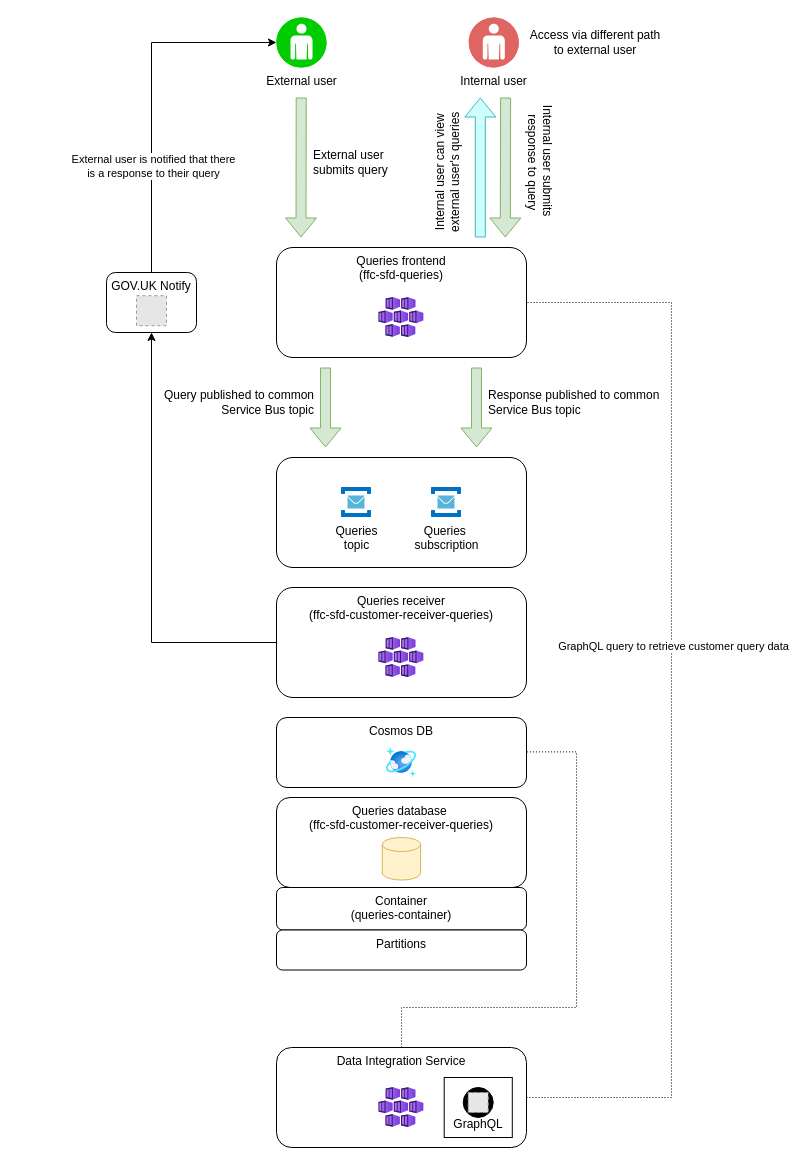
Earlier version of the draw.io diagram FFD/customer-queries-spike.drawio (DEFRA/ffc-diagrams). Source tidied: cells renumbered, new cells numbered last; positions are measured from the earlier drawing's top-left corner, leaving out a move shared by most shapes. Both pictures are drawn from the tidied source at 100%, with x=0, y=0 at pixel (106, 17). Pictures stored in the file or linked from it are replaced by grey dashed boxes.
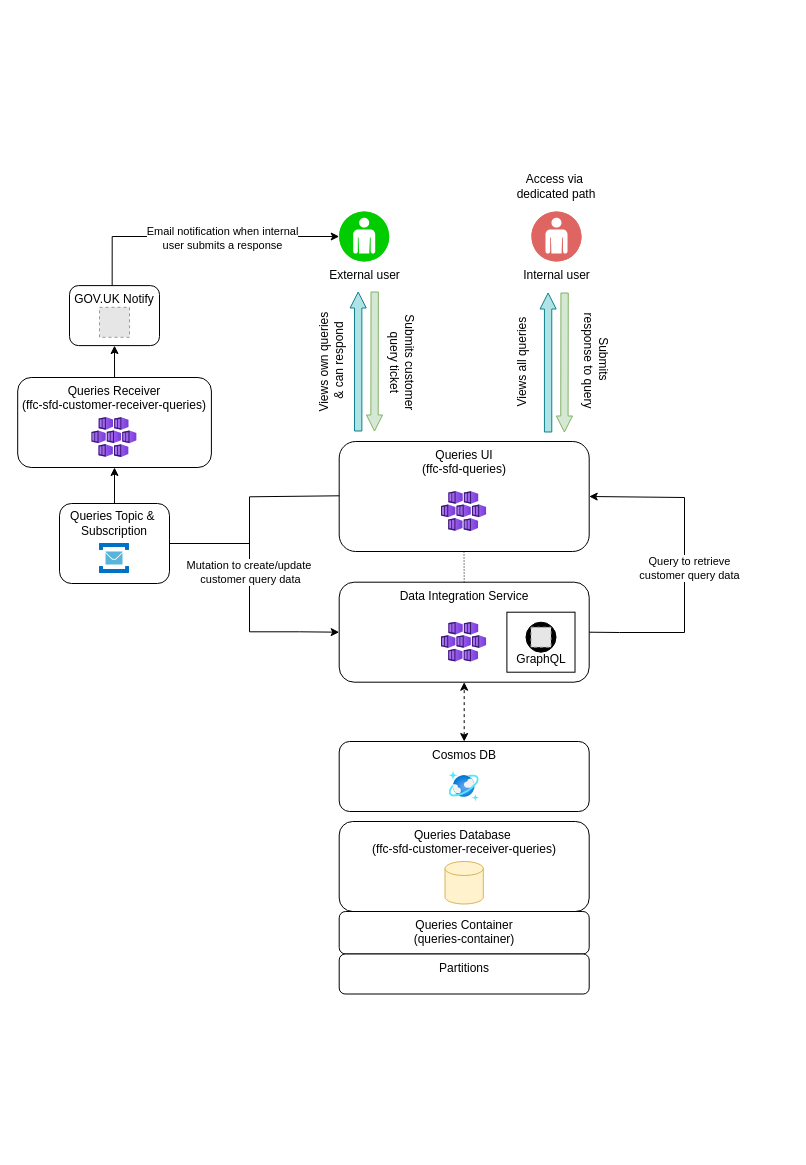
After the change.

Commit message:
update customer queries spike diagram

The edit, as a diff of the source:
```diff
@@
-    <mxCell id="2" style="group;" parent="1" vertex="1">
-      <mxGeometry width="565" height="1130" as="geometry" />
-    </mxCell>
+    <mxCell id="44" style="group;" parent="1" vertex="1">
+      <mxGeometry x="-37" y="154" width="638.7" height="822.5" as="geometry" />
+    </mxCell>
+    <mxCell id="45" style="endArrow=none;html=1;rounded=0;entryX=1;entryY=0.5;entryDx=0;entryDy=0;" parent="44" edge="1" target="50">
+      <mxGeometry relative="1" as="geometry">
+        <mxPoint x="180" y="372" as="sourcePoint" />
+      </mxGeometry>
+    </mxCell>
-    <mxCell id="3" value="Data Integration Service" style="rounded=1;whiteSpace=wrap;html=1;verticalAlign=top;" parent="2" vertex="1">
-      <mxGeometry x="170" y="1030" width="250" height="100" as="geometry" />
+    <mxCell id="3" value="Data Integration Service" style="rounded=1;whiteSpace=wrap;html=1;verticalAlign=top;" parent="44" vertex="1">
+      <mxGeometry x="269.7" y="410.7" width="250" height="100" as="geometry" />
     </mxCell>
-    <mxCell id="4" style="rounded=1;whiteSpace=wrap;html=1;" parent="2" vertex="1">
-      <mxGeometry x="170" y="440" width="250" height="110" as="geometry" />
-    </mxCell>
-    <mxCell id="5" value="Queries frontend&lt;div&gt;(ffc-sfd-queries)&lt;/div&gt;" style="rounded=1;whiteSpace=wrap;html=1;verticalAlign=top;" parent="2" vertex="1">
-      <mxGeometry x="170" y="230" width="250" height="110" as="geometry" />
+    <mxCell id="5" value="Queries UI&lt;div&gt;(ffc-sfd-queries)&lt;/div&gt;" style="rounded=1;whiteSpace=wrap;html=1;verticalAlign=top;" parent="44" vertex="1">
+      <mxGeometry x="269.7" y="270" width="250" height="110" as="geometry" />
     </mxCell>
-    <mxCell id="6" style="image;html=1;align=center;fontSize=12;image=img/lib/azure2/compute/Kubernetes_Services.svg;" parent="2" vertex="1">
-      <mxGeometry x="272.3" y="280" width="45.3" height="40" as="geometry" />
+    <mxCell id="6" style="image;html=1;align=center;fontSize=12;image=img/lib/azure2/compute/Kubernetes_Services.svg;" parent="44" vertex="1">
+      <mxGeometry x="372" y="320" width="45.3" height="40" as="geometry" />
     </mxCell>
-    <mxCell id="7" value="Internal user" style="fillColor=#DE6561;verticalLabelPosition=bottom;sketch=0;html=1;strokeColor=#ffffff;verticalAlign=top;align=center;shape=mxgraph.cisco_safe.compositeIcon;bgIcon=ellipse;resIcon=mxgraph.cisco_safe.capability.user;" parent="2" vertex="1">
-      <mxGeometry x="362.3" width="50" height="50" as="geometry" />
+    <mxCell id="7" value="Internal user" style="fillColor=#DE6561;verticalLabelPosition=bottom;sketch=0;html=1;strokeColor=#ffffff;verticalAlign=top;align=center;shape=mxgraph.cisco_safe.compositeIcon;bgIcon=ellipse;resIcon=mxgraph.cisco_safe.capability.user;" parent="44" vertex="1">
+      <mxGeometry x="462" y="40" width="50" height="50" as="geometry" />
     </mxCell>
-    <mxCell id="8" value="External user" style="fillColor=#00CC00;verticalLabelPosition=bottom;sketch=0;html=1;strokeColor=#ffffff;verticalAlign=top;align=center;points=[[0.145,0.145,0],[0.5,0,0],[0.855,0.145,0],[1,0.5,0],[0.855,0.855,0],[0.5,1,0],[0.145,0.855,0],[0,0.5,0]];shape=mxgraph.cisco_safe.compositeIcon;bgIcon=ellipse;resIcon=mxgraph.cisco_safe.capability.user;" parent="2" vertex="1">
-      <mxGeometry x="170" width="50" height="50" as="geometry" />
+    <mxCell id="8" value="External user" style="fillColor=#00CC00;verticalLabelPosition=bottom;sketch=0;html=1;strokeColor=#ffffff;verticalAlign=top;align=center;points=[[0.145,0.145,0],[0.5,0,0],[0.855,0.145,0],[1,0.5,0],[0.855,0.855,0],[0.5,1,0],[0.145,0.855,0],[0,0.5,0]];shape=mxgraph.cisco_safe.compositeIcon;bgIcon=ellipse;resIcon=mxgraph.cisco_safe.capability.user;" parent="44" vertex="1">
+      <mxGeometry x="269.7" y="40" width="50" height="50" as="geometry" />
     </mxCell>
-    <mxCell id="9" style="shape=flexArrow;endArrow=classic;html=1;rounded=0;fillColor=#d5e8d4;strokeColor=#82b366;" parent="2" edge="1">
-      <mxGeometry relative="1" as="geometry">
-        <mxPoint x="399.1" y="80" as="sourcePoint" />
-        <mxPoint x="398.8" y="220" as="targetPoint" />
-      </mxGeometry>
-    </mxCell>
-    <mxCell id="10" value="External user&amp;nbsp;&lt;div&gt;submits query&lt;/div&gt;" style="text;html=1;align=left;verticalAlign=middle;whiteSpace=wrap;rounded=0;rotation=0;" parent="2" vertex="1">
-      <mxGeometry x="205" y="130" width="80" height="30" as="geometry" />
+    <mxCell id="10" value="&amp;nbsp;S&lt;span style=&quot;background-color: initial;&quot;&gt;ubmits&amp;nbsp;&lt;/span&gt;&lt;span style=&quot;background-color: initial;&quot;&gt;customer&amp;nbsp;&lt;/span&gt;&lt;div&gt;&lt;span style=&quot;background-color: initial;&quot;&gt;query ticket&lt;/span&gt;&lt;/div&gt;" style="text;html=1;align=center;verticalAlign=middle;whiteSpace=wrap;rounded=0;rotation=90;" parent="44" vertex="1">
+      <mxGeometry x="263.7" y="176" width="139" height="30" as="geometry" />
     </mxCell>
-    <mxCell id="11" style="shape=flexArrow;endArrow=classic;html=1;rounded=0;fillColor=#d5e8d4;strokeColor=#82b366;" parent="2" edge="1">
-      <mxGeometry relative="1" as="geometry">
-        <mxPoint x="219" y="350" as="sourcePoint" />
-        <mxPoint x="219" y="430" as="targetPoint" />
-      </mxGeometry>
-    </mxCell>
-    <mxCell id="12" style="shape=flexArrow;endArrow=classic;html=1;rounded=0;fillColor=#d5e8d4;strokeColor=#82b366;" parent="2" edge="1">
-      <mxGeometry relative="1" as="geometry">
-        <mxPoint x="370" y="350" as="sourcePoint" />
-        <mxPoint x="370" y="430" as="targetPoint" />
-      </mxGeometry>
-    </mxCell>
-    <mxCell id="13" value="Internal user submits&amp;nbsp;&lt;div&gt;response to query&lt;/div&gt;" style="text;html=1;align=center;verticalAlign=middle;whiteSpace=wrap;rounded=0;rotation=90;" parent="2" vertex="1">
-      <mxGeometry x="368.8" y="130" width="130" height="30" as="geometry" />
+    <mxCell id="13" value="Submits&amp;nbsp;&lt;div&gt;response to query&lt;/div&gt;" style="text;html=1;align=center;verticalAlign=middle;whiteSpace=wrap;rounded=0;rotation=90;" parent="44" vertex="1">
+      <mxGeometry x="456.5" y="174.1" width="140.2" height="30" as="geometry" />
     </mxCell>
-    <mxCell id="14" value="Queries&amp;nbsp;&lt;div&gt;subscription&lt;/div&gt;" style="image;sketch=0;html=1;align=center;fontSize=12;image=img/lib/mscae/Service_Bus.svg;" parent="2" vertex="1">
-      <mxGeometry x="325" y="470" width="30" height="30" as="geometry" />
-    </mxCell>
-    <mxCell id="15" value="Queries&lt;div&gt;topic&lt;/div&gt;" style="image;sketch=0;html=1;align=center;fontSize=12;image=img/lib/mscae/Service_Bus.svg;" parent="2" vertex="1">
-      <mxGeometry x="235" y="470" width="30" height="30" as="geometry" />
-    </mxCell>
-    <mxCell id="16" value="Query published to common Service Bus topic" style="text;html=1;align=right;verticalAlign=middle;whiteSpace=wrap;rounded=0;" parent="2" vertex="1">
-      <mxGeometry x="40" y="370" width="170" height="30" as="geometry" />
-    </mxCell>
-    <mxCell id="17" value="Response published to common Service Bus topic" style="text;html=1;align=left;verticalAlign=middle;whiteSpace=wrap;rounded=0;" parent="2" vertex="1">
-      <mxGeometry x="380" y="370" width="180" height="30" as="geometry" />
-    </mxCell>
-    <mxCell id="18" style="edgeStyle=orthogonalEdgeStyle;rounded=0;jettySize=auto;html=1;entryX=0.5;entryY=1;entryDx=0;entryDy=0;" parent="2" edge="1" source="19" target="34">
-      <mxGeometry relative="1" as="geometry" />
-    </mxCell>
-    <mxCell id="19" value="Queries receiver&lt;br&gt;(ffc-sfd-customer-receiver-queries)" style="rounded=1;whiteSpace=wrap;html=1;verticalAlign=top;" parent="2" vertex="1">
-      <mxGeometry x="170" y="570" width="250" height="110" as="geometry" />
-    </mxCell>
-    <mxCell id="20" style="image;html=1;align=center;fontSize=12;image=img/lib/azure2/compute/Kubernetes_Services.svg;" parent="2" vertex="1">
-      <mxGeometry x="272.3" y="620" width="45.3" height="40" as="geometry" />
-    </mxCell>
-    <mxCell id="21" value="Cosmos DB" style="rounded=1;whiteSpace=wrap;html=1;verticalAlign=top;" parent="2" vertex="1">
-      <mxGeometry x="170" y="700" width="250" height="70" as="geometry" />
+    <mxCell id="21" value="Cosmos DB" style="rounded=1;whiteSpace=wrap;html=1;verticalAlign=top;" parent="44" vertex="1">
+      <mxGeometry x="269.7" y="570" width="250" height="70" as="geometry" />
     </mxCell>
-    <mxCell id="22" style="image;html=1;align=center;fontSize=12;image=img/lib/azure2/databases/Azure_Cosmos_DB.svg;" parent="2" vertex="1">
-      <mxGeometry x="280" y="730" width="30" height="30" as="geometry" />
+    <mxCell id="22" style="image;html=1;align=center;fontSize=12;image=img/lib/azure2/databases/Azure_Cosmos_DB.svg;" parent="44" vertex="1">
+      <mxGeometry x="379.7" y="600" width="30" height="30" as="geometry" />
     </mxCell>
-    <mxCell id="23" value="Queries database&amp;nbsp;&lt;div&gt;(ffc-sfd-customer-receiver-queries)&lt;/div&gt;" style="rounded=1;whiteSpace=wrap;html=1;verticalAlign=top;" parent="2" vertex="1">
-      <mxGeometry x="170" y="780" width="250" height="90" as="geometry" />
+    <mxCell id="23" value="Queries Database&amp;nbsp;&lt;div&gt;(ffc-sfd-customer-receiver-queries)&lt;/div&gt;" style="rounded=1;whiteSpace=wrap;html=1;verticalAlign=top;" parent="44" vertex="1">
+      <mxGeometry x="269.7" y="650" width="250" height="90" as="geometry" />
     </mxCell>
-    <mxCell id="24" style="shape=cylinder3;whiteSpace=wrap;html=1;boundedLbl=1;backgroundOutline=1;size=7;fillColor=#fff2cc;strokeColor=#d6b656;" parent="2" vertex="1">
-      <mxGeometry x="275.8" y="820" width="38.3" height="42.5" as="geometry" />
+    <mxCell id="24" style="shape=cylinder3;whiteSpace=wrap;html=1;boundedLbl=1;backgroundOutline=1;size=7;fillColor=#fff2cc;strokeColor=#d6b656;" parent="44" vertex="1">
+      <mxGeometry x="375.5" y="690" width="38.3" height="42.5" as="geometry" />
     </mxCell>
-    <mxCell id="25" value="Container&lt;div&gt;(queries-container)&lt;/div&gt;" style="rounded=1;whiteSpace=wrap;html=1;verticalAlign=top;" parent="2" vertex="1">
-      <mxGeometry x="170" y="870" width="250" height="42.5" as="geometry" />
+    <mxCell id="25" value="Queries Container&lt;div&gt;(queries-container)&lt;/div&gt;" style="rounded=1;whiteSpace=wrap;html=1;verticalAlign=top;" parent="44" vertex="1">
+      <mxGeometry x="269.7" y="740" width="250" height="42.5" as="geometry" />
     </mxCell>
-    <mxCell id="26" value="Partitions" style="rounded=1;whiteSpace=wrap;html=1;verticalAlign=top;" parent="2" vertex="1">
-      <mxGeometry x="170" y="912.5" width="250" height="40" as="geometry" />
+    <mxCell id="26" value="Partitions" style="rounded=1;whiteSpace=wrap;html=1;verticalAlign=top;" parent="44" vertex="1">
+      <mxGeometry x="269.7" y="782.5" width="250" height="40" as="geometry" />
     </mxCell>
-    <mxCell id="27" value="Access via&amp;nbsp;&lt;span style=&quot;background-color: initial;&quot;&gt;different path to external user&lt;/span&gt;" style="text;html=1;align=center;verticalAlign=middle;whiteSpace=wrap;rounded=0;" parent="2" vertex="1">
-      <mxGeometry x="422.3" y="10" width="133.5" height="30" as="geometry" />
+    <mxCell id="27" value="Access via&amp;nbsp;&lt;div&gt;&lt;span style=&quot;background-color: initial;&quot;&gt;dedicated path&lt;/span&gt;&lt;/div&gt;" style="text;html=1;align=center;verticalAlign=middle;whiteSpace=wrap;rounded=0;" parent="44" vertex="1">
+      <mxGeometry x="420.3" width="133.5" height="30" as="geometry" />
     </mxCell>
-    <mxCell id="28" style="edgeStyle=orthogonalEdgeStyle;rounded=0;orthogonalLoop=1;jettySize=auto;html=1;dashed=1;dashPattern=1 2;endArrow=none;endFill=0;" parent="2" edge="1">
-      <mxGeometry relative="1" as="geometry">
-        <mxPoint x="295" y="1030" as="sourcePoint" />
-        <mxPoint x="420" y="734.4" as="targetPoint" />
-        <Array as="points">
-          <mxPoint x="295" y="990" />
-          <mxPoint x="470" y="990" />
-          <mxPoint x="470" y="734" />
-        </Array>
-      </mxGeometry>
-    </mxCell>
-    <mxCell id="29" style="image;html=1;align=center;fontSize=12;image=img/lib/azure2/compute/Kubernetes_Services.svg;" parent="2" vertex="1">
-      <mxGeometry x="272.3" y="1070" width="45.3" height="40" as="geometry" />
+    <mxCell id="29" style="image;html=1;align=center;fontSize=12;image=img/lib/azure2/compute/Kubernetes_Services.svg;" parent="44" vertex="1">
+      <mxGeometry x="372" y="450.7" width="45.3" height="40" as="geometry" />
     </mxCell>
-    <mxCell id="30" style="shape=flexArrow;endArrow=classic;html=1;rounded=0;fillColor=#d5e8d4;strokeColor=#82b366;" parent="2" edge="1">
+    <mxCell id="30" style="shape=flexArrow;endArrow=classic;html=1;rounded=0;fillColor=#d5e8d4;strokeColor=#82b366;width=7.333333333333333;endSize=5.006666666666667;endWidth=7.777777777777779;" parent="44" edge="1">
       <mxGeometry relative="1" as="geometry">
-        <mxPoint x="194.7" y="80" as="sourcePoint" />
-        <mxPoint x="194.5" y="220" as="targetPoint" />
+        <mxPoint x="305.2" y="120" as="sourcePoint" />
+        <mxPoint x="305" y="260" as="targetPoint" />
       </mxGeometry>
     </mxCell>
+    <mxCell id="38" value="Views all&lt;span style=&quot;background-color: initial;&quot;&gt;&amp;nbsp;queries&lt;/span&gt;" style="text;html=1;align=center;verticalAlign=middle;whiteSpace=wrap;rounded=0;rotation=-90;" parent="44" vertex="1">
+      <mxGeometry x="384.7" y="178" width="135.9" height="26" as="geometry" />
+    </mxCell>
+    <mxCell id="46" value="Views own queries&amp;nbsp;&lt;div&gt;&amp;amp; can respond&lt;/div&gt;" style="text;html=1;align=center;verticalAlign=middle;whiteSpace=wrap;rounded=0;rotation=-90;" parent="44" vertex="1">
+      <mxGeometry x="192.8" y="174.1" width="138.2" height="30" as="geometry" />
+    </mxCell>
+    <mxCell id="40" style="rounded=0;whiteSpace=wrap;html=1;" parent="44" vertex="1">
+      <mxGeometry x="437.4" y="440.7" width="68.1" height="60" as="geometry" />
+    </mxCell>
+    <mxCell id="42" value="&lt;div&gt;&lt;br&gt;&lt;/div&gt;&lt;div&gt;&lt;br&gt;&lt;/div&gt;&lt;div&gt;&lt;br&gt;&lt;/div&gt;GraphQL" style="ellipse;whiteSpace=wrap;html=1;fillColor=#000000;" parent="44" vertex="1">
+      <mxGeometry x="456.5" y="450.7" width="30" height="30" as="geometry" />
+    </mxCell>
+    <mxCell id="43" style="fillColor=#E6E6E6;strokeColor=#999999;dashed=1;verticalLabelPosition=bottom;labelBackgroundColor=default;verticalAlign=top;" parent="44" vertex="1">
+      <mxGeometry x="461.5" y="455.7" width="20" height="20" as="geometry" />
+    </mxCell>
+    <mxCell id="47" style="shape=flexArrow;endArrow=classic;html=1;rounded=0;fillColor=#b0e3e6;strokeColor=#0e8088;width=7.333333333333333;endSize=5.006666666666667;endWidth=7.777777777777779;" parent="44" edge="1">
+      <mxGeometry relative="1" as="geometry">
+        <mxPoint x="288.7" y="260" as="sourcePoint" />
+        <mxPoint x="288.7" y="120" as="targetPoint" />
+      </mxGeometry>
+    </mxCell>
+    <mxCell id="48" style="shape=flexArrow;endArrow=classic;html=1;rounded=0;fillColor=#d5e8d4;strokeColor=#82b366;width=7.333333333333333;endSize=5.006666666666667;endWidth=7.777777777777779;" parent="44" edge="1">
+      <mxGeometry relative="1" as="geometry">
+        <mxPoint x="495.1" y="121" as="sourcePoint" />
+        <mxPoint x="494.9" y="261" as="targetPoint" />
+      </mxGeometry>
+    </mxCell>
+    <mxCell id="49" style="shape=flexArrow;endArrow=classic;html=1;rounded=0;fillColor=#b0e3e6;strokeColor=#0e8088;width=7.333333333333333;endSize=5.006666666666667;endWidth=7.777777777777779;" parent="44" edge="1">
+      <mxGeometry relative="1" as="geometry">
+        <mxPoint x="478.6" y="261" as="sourcePoint" />
+        <mxPoint x="478.6" y="121" as="targetPoint" />
+      </mxGeometry>
+    </mxCell>
+    <mxCell id="50" style="rounded=1;whiteSpace=wrap;html=1;" parent="44" vertex="1">
+      <mxGeometry x="-10" y="332" width="110" height="80" as="geometry" />
+    </mxCell>
+    <mxCell id="51" style="image;sketch=0;html=1;align=center;fontSize=12;image=img/lib/mscae/Service_Bus.svg;" parent="44" vertex="1">
+      <mxGeometry x="30" y="372" width="30" height="30" as="geometry" />
+    </mxCell>
+    <mxCell id="52" value="&lt;span style=&quot;background-color: initial;&quot;&gt;Queries Topic &amp;amp;&amp;nbsp;&lt;/span&gt;&lt;div&gt;&lt;span style=&quot;background-color: initial;&quot;&gt;Subscription&lt;/span&gt;&lt;/div&gt;" style="text;html=1;align=center;verticalAlign=middle;whiteSpace=wrap;rounded=0;" parent="44" vertex="1">
+      <mxGeometry y="339.5" width="90" height="25" as="geometry" />
+    </mxCell>
+    <mxCell id="53" style="endArrow=classic;html=1;rounded=0;exitX=0;exitY=0.5;exitDx=0;exitDy=0;entryX=0;entryY=0.5;entryDx=0;entryDy=0;" parent="44" edge="1" target="3">
+      <mxGeometry relative="1" as="geometry">
+        <mxPoint x="269.7" y="324.3" as="sourcePoint" />
+        <Array as="points">
+          <mxPoint x="180" y="325.3" />
+          <mxPoint x="180" y="460.3" />
+          <mxPoint x="230" y="460.3" />
+        </Array>
+      </mxGeometry>
+    </mxCell>
+    <mxCell id="54" value="Mutation to create/update&amp;nbsp;&lt;div&gt;customer query data&lt;/div&gt;" style="edgeLabel;html=1;align=center;verticalAlign=middle;" parent="53" vertex="1">
+      <mxGeometry x="-0.25" y="-1" relative="1" as="geometry">
+        <mxPoint x="1" y="47" as="offset" />
+      </mxGeometry>
+    </mxCell>
+    <mxCell id="55" style="edgeStyle=orthogonalEdgeStyle;rounded=0;jettySize=auto;html=1;dashed=1;dashPattern=1 2;endArrow=none;endFill=0;exitX=0.5;exitY=1;exitDx=0;exitDy=0;entryX=0.5;entryY=0;entryDx=0;entryDy=0;" parent="44" edge="1" target="3">
+      <mxGeometry relative="1" as="geometry">
+        <mxPoint x="394.5" y="380" as="sourcePoint" />
+      </mxGeometry>
+    </mxCell>
-    <mxCell id="31" style="edgeStyle=orthogonalEdgeStyle;rounded=0;jettySize=auto;html=1;dashed=1;dashPattern=1 2;endArrow=none;endFill=0;entryX=1;entryY=0.5;entryDx=0;entryDy=0;exitX=1;exitY=0.5;exitDx=0;exitDy=0;" parent="2" edge="1" source="3" target="5">
+    <mxCell id="31" style="endArrow=classic;html=1;rounded=0;entryX=1;entryY=0.5;entryDx=0;entryDy=0;exitX=1;exitY=0.5;exitDx=0;exitDy=0;" parent="44" edge="1" source="3" target="5">
       <mxGeometry relative="1" as="geometry">
         <Array as="points">
-          <mxPoint x="565" y="1080" />
-          <mxPoint x="565" y="285" />
+          <mxPoint x="550" y="461" />
+          <mxPoint x="615" y="461" />
+          <mxPoint x="615" y="326" />
         </Array>
       </mxGeometry>
     </mxCell>
-    <mxCell id="32" value="GraphQL query to retrieve customer query data" style="edgeLabel;html=1;align=center;verticalAlign=middle;" parent="31" vertex="1">
-      <mxGeometry x="0.1" y="-1" relative="1" as="geometry" />
-    </mxCell>
-    <mxCell id="33" style="shape=flexArrow;endArrow=classic;html=1;rounded=0;fillColor=#CCFFFF;strokeColor=#48B5B5;" parent="2" edge="1">
-      <mxGeometry relative="1" as="geometry">
-        <mxPoint x="373.8" y="220" as="sourcePoint" />
-        <mxPoint x="373.8" y="80" as="targetPoint" />
-      </mxGeometry>
-    </mxCell>
+    <mxCell id="56" value="Query to retrieve&lt;div&gt;customer query data&lt;/div&gt;" style="edgeLabel;html=1;align=center;verticalAlign=middle;" parent="31" vertex="1">
+      <mxGeometry x="0.05" y="-3" relative="1" as="geometry">
+        <mxPoint x="1" y="11" as="offset" />
+      </mxGeometry>
+    </mxCell>
+    <mxCell id="19" value="Queries Receiver&lt;br&gt;(ffc-sfd-customer-receiver-queries)" style="rounded=1;whiteSpace=wrap;html=1;verticalAlign=top;" parent="44" vertex="1">
+      <mxGeometry x="-51.8" y="206" width="193.7" height="90" as="geometry" />
+    </mxCell>
+    <mxCell id="20" style="image;html=1;align=center;fontSize=12;image=img/lib/azure2/compute/Kubernetes_Services.svg;" parent="44" vertex="1">
+      <mxGeometry x="22.3" y="246" width="45.3" height="40" as="geometry" />
+    </mxCell>
+    <mxCell id="57" style="endArrow=classic;startArrow=classic;html=1;rounded=0;entryX=0.5;entryY=1;entryDx=0;entryDy=0;exitX=0.5;exitY=0;exitDx=0;exitDy=0;dashed=1;" parent="44" edge="1" source="21" target="3">
+      <mxGeometry relative="1" as="geometry" />
+    </mxCell>
+    <mxCell id="18" style="endArrow=classic;html=1;rounded=0;exitX=0.5;exitY=0;exitDx=0;exitDy=0;entryX=0.5;entryY=1;entryDx=0;entryDy=0;" parent="44" edge="1" source="19" target="34">
+      <mxGeometry relative="1" as="geometry" />
+    </mxCell>
+    <mxCell id="58" style="endArrow=classic;html=1;rounded=0;exitX=0.5;exitY=0;exitDx=0;exitDy=0;entryX=0.5;entryY=1;entryDx=0;entryDy=0;" parent="44" edge="1" source="50">
+      <mxGeometry relative="1" as="geometry">
+        <mxPoint x="45" y="296" as="targetPoint" />
+      </mxGeometry>
+    </mxCell>
-    <mxCell id="34" value="GOV.UK Notify" style="rounded=1;whiteSpace=wrap;html=1;verticalAlign=top;" parent="2" vertex="1">
-      <mxGeometry y="255" width="90" height="60" as="geometry" />
+    <mxCell id="34" value="GOV.UK Notify" style="rounded=1;whiteSpace=wrap;html=1;verticalAlign=top;" parent="44" vertex="1">
+      <mxGeometry y="114.1" width="90" height="60" as="geometry" />
     </mxCell>
-    <mxCell id="35" style="fillColor=#E6E6E6;strokeColor=#999999;dashed=1;verticalLabelPosition=bottom;labelBackgroundColor=default;verticalAlign=top;" parent="2" vertex="1">
-      <mxGeometry x="30" y="278.2" width="30" height="30" as="geometry" />
+    <mxCell id="35" style="fillColor=#E6E6E6;strokeColor=#999999;dashed=1;verticalLabelPosition=bottom;labelBackgroundColor=default;verticalAlign=top;" parent="44" vertex="1">
+      <mxGeometry x="30" y="135.8" width="30" height="30" as="geometry" />
     </mxCell>
-    <mxCell id="36" style="edgeStyle=orthogonalEdgeStyle;rounded=0;jettySize=auto;html=1;exitX=0.5;exitY=0;exitDx=0;exitDy=0;entryX=0;entryY=0.5;entryDx=0;entryDy=0;entryPerimeter=0;" parent="2" edge="1" source="34" target="8">
-      <mxGeometry relative="1" as="geometry" />
+    <mxCell id="36" style="edgeStyle=orthogonalEdgeStyle;rounded=0;jettySize=auto;html=1;entryX=0;entryY=0.5;entryDx=0;entryDy=0;entryPerimeter=0;exitX=0.474;exitY=0.001;exitDx=0;exitDy=0;exitPerimeter=0;" parent="44" edge="1" source="34" target="8">
+      <mxGeometry relative="1" as="geometry">
+        <Array as="points">
+          <mxPoint x="43" y="65" />
+        </Array>
+      </mxGeometry>
     </mxCell>
-    <mxCell id="37" value="External user is notified that there&lt;div&gt;is a response to their query&lt;/div&gt;" style="edgeLabel;html=1;align=center;verticalAlign=middle;" parent="36" vertex="1">
-      <mxGeometry x="-0.4" y="-1" relative="1" as="geometry" />
+    <mxCell id="37" value="Email notification when internal&lt;div&gt;user submits a response&lt;/div&gt;" style="edgeLabel;html=1;align=center;verticalAlign=middle;" parent="36" vertex="1">
+      <mxGeometry x="-0.4" y="-1" relative="1" as="geometry">
+        <mxPoint x="76" as="offset" />
+      </mxGeometry>
     </mxCell>
-    <mxCell id="38" value="Internal user can view external user's queries" style="text;html=1;align=center;verticalAlign=middle;whiteSpace=wrap;rounded=0;rotation=-90;" parent="2" vertex="1">
-      <mxGeometry x="275.8" y="140" width="130" height="30" as="geometry" />
-    </mxCell>
-    <mxCell id="39" style="group;" parent="2" vertex="1">
-      <mxGeometry x="337.7" y="1060" width="68.1" height="60" as="geometry" />
-    </mxCell>
-    <mxCell id="40" style="rounded=0;whiteSpace=wrap;html=1;" parent="39" vertex="1">
-      <mxGeometry width="68.1" height="60" as="geometry" />
-    </mxCell>
-    <mxCell id="41" style="group;" parent="39" vertex="1">
-      <mxGeometry x="19" y="10" width="30" height="30" as="geometry" />
-    </mxCell>
-    <mxCell id="42" value="&lt;div&gt;&lt;br&gt;&lt;/div&gt;&lt;div&gt;&lt;br&gt;&lt;/div&gt;&lt;div&gt;&lt;br&gt;&lt;/div&gt;GraphQL" style="ellipse;whiteSpace=wrap;html=1;fillColor=#000000;" parent="41" vertex="1">
-      <mxGeometry width="30" height="30" as="geometry" />
-    </mxCell>
-    <mxCell id="43" style="fillColor=#E6E6E6;strokeColor=#999999;dashed=1;verticalLabelPosition=bottom;labelBackgroundColor=default;verticalAlign=top;" parent="41" vertex="1">
-      <mxGeometry x="5" y="5" width="20" height="20" as="geometry" />
-    </mxCell>
```
